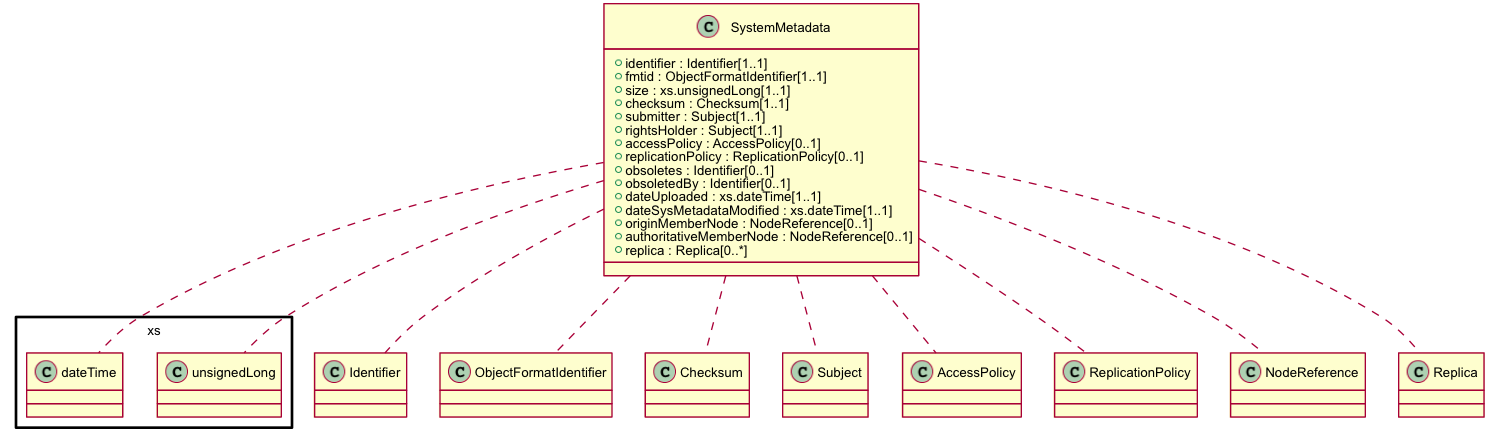
This is source/apis/images/class_SystemMetadata.png from datadavev/DataONE_architecture, a PlantUML export, as it was before one commit.
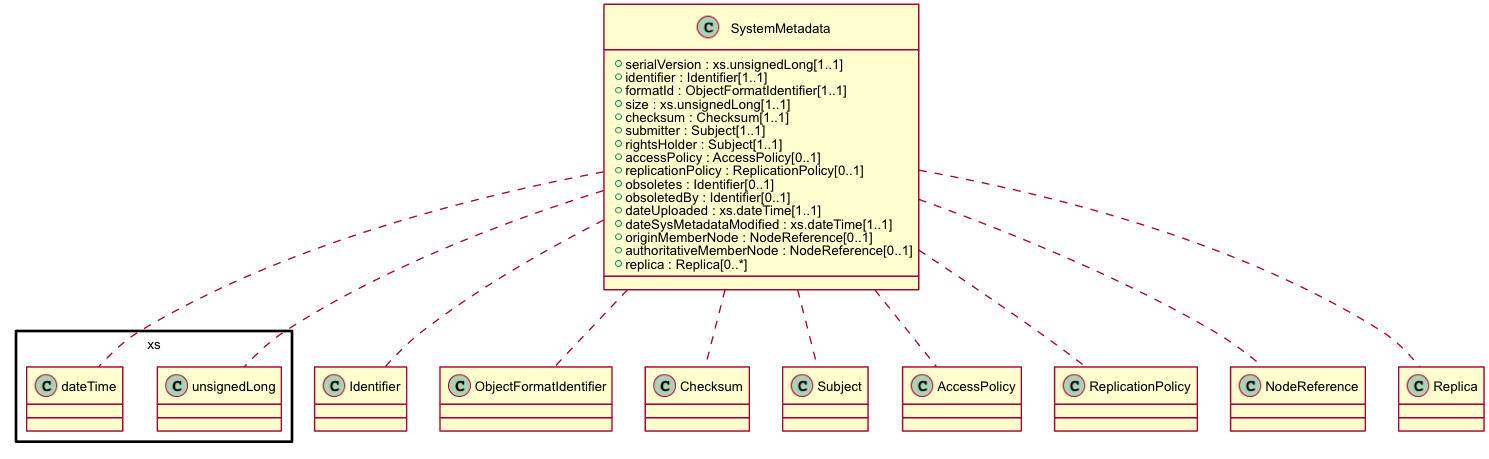
Later version of the same file.

What changed in the source:
```diff
@@ -58,8 +58,9 @@
 skinparam usecaseArrowFontName arial
 
 class SystemMetadata {
+  + serialVersion : xs.unsignedLong[1..1]
   + identifier : Identifier[1..1]
-  + fmtid : ObjectFormatIdentifier[1..1]
+  + formatId : ObjectFormatIdentifier[1..1]
   + size : xs.unsignedLong[1..1]
   + checksum : Checksum[1..1]
   + submitter : Subject[1..1]
@@ -74,9 +75,9 @@
   + authoritativeMemberNode : NodeReference[0..1]
   + replica : Replica[0..*]
 }
+SystemMetadata .. xs.unsignedLong
 SystemMetadata .. Identifier
 SystemMetadata .. ObjectFormatIdentifier
-SystemMetadata .. xs.unsignedLong
 SystemMetadata .. Checksum
 SystemMetadata .. Subject
 SystemMetadata .. AccessPolicy
```
